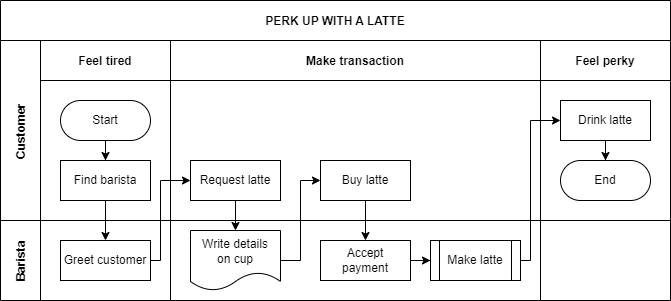
Above: drawio_demo/test.drawio.png in xcli2018/upgit_demo (draw.io), before the change. Source tidied: cells renumbered, new cells last; positions are measured from the earlier drawing's top-left corner, leaving out a move shared by most shapes. Source of this version:
```xml
<mxGraphModel>
  <root>
    <mxCell id="0" />
    <mxCell id="1" parent="0" />
    <mxCell id="2" value="PERK UP WITH A LATTE" style="shape=table;startSize=40;fillColor=none;fontStyle=1;" parent="1" vertex="1">
      <mxGeometry width="670" height="300" as="geometry" />
    </mxCell>
    <mxCell id="3" style="edgeStyle=orthogonalEdgeStyle;rounded=0;jettySize=auto;html=1;" parent="2" edge="1" source="8" target="18">
      <mxGeometry relative="1" as="geometry" />
    </mxCell>
    <mxCell id="4" value="Customer" style="shape=tableRow;horizontal=0;swimlaneHead=0;swimlaneBody=0;top=0;left=0;bottom=0;right=0;fillColor=none;startSize=40;fontStyle=1;" parent="2" vertex="1">
      <mxGeometry y="40" width="670" height="180" as="geometry" />
    </mxCell>
    <mxCell id="5" value="Feel tired" style="swimlane;swimlaneHead=0;swimlaneBody=0;fillColor=none;startSize=40;fontStyle=1;" parent="4" vertex="1">
      <mxGeometry x="40" width="130" height="180" as="geometry" />
    </mxCell>
    <mxCell id="6" style="edgeStyle=orthogonalEdgeStyle;rounded=0;jettySize=auto;html=1;" parent="5" edge="1" source="7" target="8">
      <mxGeometry relative="1" as="geometry" />
    </mxCell>
    <mxCell id="7" value="Start" style="rounded=1;whiteSpace=wrap;html=1;arcSize=50;" parent="5" vertex="1">
      <mxGeometry x="20" y="60" width="90" height="40" as="geometry" />
    </mxCell>
    <mxCell id="8" value="Find barista" style="rounded=0;whiteSpace=wrap;html=1;" parent="5" vertex="1">
      <mxGeometry x="20" y="120" width="90" height="40" as="geometry" />
    </mxCell>
    <mxCell id="9" value="Make transaction" style="swimlane;swimlaneHead=0;swimlaneBody=0;fillColor=none;startSize=40;fontStyle=1;" parent="4" vertex="1">
      <mxGeometry x="170" width="370" height="180" as="geometry" />
    </mxCell>
    <mxCell id="10" value="Request latte" style="rounded=0;whiteSpace=wrap;html=1;" parent="9" vertex="1">
      <mxGeometry x="20" y="120" width="90" height="40" as="geometry" />
    </mxCell>
    <mxCell id="11" value="Buy latte" style="rounded=0;whiteSpace=wrap;html=1;" parent="9" vertex="1">
      <mxGeometry x="150" y="120" width="90" height="40" as="geometry" />
    </mxCell>
    <mxCell id="12" value="Feel perky" style="swimlane;swimlaneHead=0;swimlaneBody=0;fillColor=none;startSize=40;fontStyle=1;" parent="4" vertex="1">
      <mxGeometry x="540" width="130" height="180" as="geometry" />
    </mxCell>
    <mxCell id="13" style="edgeStyle=orthogonalEdgeStyle;rounded=0;jettySize=auto;html=1;" parent="12" edge="1" source="14" target="15">
      <mxGeometry relative="1" as="geometry" />
    </mxCell>
    <mxCell id="14" value="Drink latte" style="rounded=0;whiteSpace=wrap;html=1;" parent="12" vertex="1">
      <mxGeometry x="20" y="60" width="90" height="40" as="geometry" />
    </mxCell>
    <mxCell id="15" value="End" style="rounded=1;whiteSpace=wrap;html=1;arcSize=50;" parent="12" vertex="1">
      <mxGeometry x="20" y="120" width="90" height="40" as="geometry" />
    </mxCell>
    <mxCell id="16" value="Barista" style="shape=tableRow;horizontal=0;swimlaneHead=0;swimlaneBody=0;top=0;left=0;bottom=0;right=0;fillColor=none;startSize=40;fontStyle=1;" parent="2" vertex="1">
      <mxGeometry y="220" width="670" height="80" as="geometry" />
    </mxCell>
    <mxCell id="17" style="swimlane;swimlaneHead=0;swimlaneBody=0;fillColor=none;startSize=0;fontStyle=1;" parent="16" vertex="1">
      <mxGeometry x="40" width="130" height="80" as="geometry" />
    </mxCell>
    <mxCell id="18" value="Greet customer" style="rounded=0;whiteSpace=wrap;html=1;" parent="17" vertex="1">
      <mxGeometry x="20" y="20" width="90" height="40" as="geometry" />
    </mxCell>
    <mxCell id="19" style="swimlane;swimlaneHead=0;swimlaneBody=0;fillColor=none;startSize=0;fontStyle=1;" parent="16" vertex="1">
      <mxGeometry x="170" width="370" height="80" as="geometry" />
    </mxCell>
    <mxCell id="20" style="edgeStyle=orthogonalEdgeStyle;rounded=0;jettySize=auto;html=1;" parent="19" edge="1" source="21" target="23">
      <mxGeometry relative="1" as="geometry" />
    </mxCell>
    <mxCell id="21" value="Accept&lt;br&gt;payment" style="rounded=0;whiteSpace=wrap;html=1;" parent="19" vertex="1">
      <mxGeometry x="150" y="20" width="90" height="40" as="geometry" />
    </mxCell>
    <mxCell id="22" value="Write details&lt;br&gt;on cup" style="shape=document;whiteSpace=wrap;html=1;boundedLbl=1;" parent="19" vertex="1">
      <mxGeometry x="20" y="10" width="90" height="60" as="geometry" />
    </mxCell>
    <mxCell id="23" value="Make latte" style="shape=process;whiteSpace=wrap;html=1;backgroundOutline=1;" parent="19" vertex="1">
      <mxGeometry x="260" y="20" width="90" height="40" as="geometry" />
    </mxCell>
    <mxCell id="24" style="swimlane;swimlaneHead=0;swimlaneBody=0;fillColor=none;startSize=0;fontStyle=1;" parent="16" vertex="1">
      <mxGeometry x="540" width="130" height="80" as="geometry" />
    </mxCell>
    <mxCell id="25" style="edgeStyle=orthogonalEdgeStyle;rounded=0;jettySize=auto;html=1;" parent="2" edge="1" source="18" target="10">
      <mxGeometry relative="1" as="geometry">
        <Array as="points">
          <mxPoint x="160" y="260" />
          <mxPoint x="160" y="180" />
        </Array>
      </mxGeometry>
    </mxCell>
    <mxCell id="26" style="edgeStyle=orthogonalEdgeStyle;rounded=0;jettySize=auto;html=1;" parent="2" edge="1" source="10" target="22">
      <mxGeometry relative="1" as="geometry" />
    </mxCell>
    <mxCell id="27" style="edgeStyle=orthogonalEdgeStyle;rounded=0;jettySize=auto;html=1;" parent="2" edge="1" source="22" target="11">
      <mxGeometry relative="1" as="geometry">
        <Array as="points">
          <mxPoint x="300" y="260" />
          <mxPoint x="300" y="180" />
        </Array>
      </mxGeometry>
    </mxCell>
    <mxCell id="28" style="edgeStyle=orthogonalEdgeStyle;rounded=0;jettySize=auto;html=1;" parent="2" edge="1" source="11" target="21">
      <mxGeometry relative="1" as="geometry" />
    </mxCell>
    <mxCell id="29" style="edgeStyle=orthogonalEdgeStyle;rounded=0;jettySize=auto;html=1;" parent="2" edge="1" source="23" target="14">
      <mxGeometry relative="1" as="geometry">
        <Array as="points">
          <mxPoint x="530" y="260" />
          <mxPoint x="530" y="120" />
        </Array>
      </mxGeometry>
    </mxCell>
  </root>
</mxGraphModel>
```
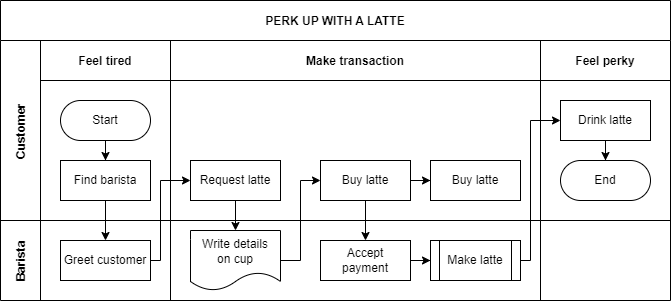
The same diagram one commit later.

Diff of the diagram source:
```diff
@@ -29,9 +29,15 @@
     <mxCell id="10" value="Request latte" style="rounded=0;whiteSpace=wrap;html=1;" parent="9" vertex="1">
       <mxGeometry x="20" y="120" width="90" height="40" as="geometry" />
     </mxCell>
+    <mxCell id="30" style="edgeStyle=orthogonalEdgeStyle;rounded=0;jettySize=auto;html=1;" parent="9" edge="1" source="11" target="31">
+      <mxGeometry relative="1" as="geometry" />
+    </mxCell>
     <mxCell id="11" value="Buy latte" style="rounded=0;whiteSpace=wrap;html=1;" parent="9" vertex="1">
       <mxGeometry x="150" y="120" width="90" height="40" as="geometry" />
     </mxCell>
+    <mxCell id="31" value="Buy latte" style="rounded=0;whiteSpace=wrap;html=1;" parent="9" vertex="1">
+      <mxGeometry x="260" y="120" width="90" height="40" as="geometry" />
+    </mxCell>
     <mxCell id="12" value="Feel perky" style="swimlane;swimlaneHead=0;swimlaneBody=0;fillColor=none;startSize=40;fontStyle=1;" parent="4" vertex="1">
       <mxGeometry x="540" width="130" height="180" as="geometry" />
     </mxCell>
```
